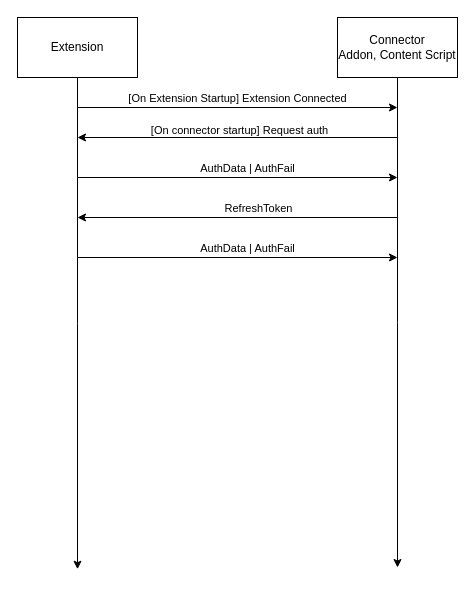
This is docs/messagebus_protocol.drawio from BinaryStudioAcademy/bsa-2021-slidez, a draw.io file, before an edit. Source tidied: cells renumbered, new cells numbered last; positions are measured from the earlier drawing's top-left corner, leaving out a move shared by most shapes. Both pictures are drawn from the tidied source at 100%, with x=0, y=0 at pixel (17, 17).
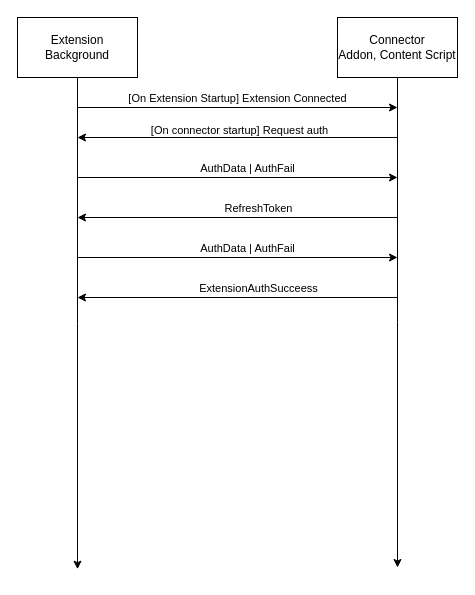
The same page after the edit.

The edit, as a diff of the source:
```diff
@@
-    <mxCell id="3" value="Extension" style="rounded=0;whiteSpace=wrap;html=1;" parent="1" vertex="1">
+    <mxCell id="3" value="Extension&lt;br&gt;Background" style="rounded=0;whiteSpace=wrap;html=1;" parent="1" vertex="1">
       <mxGeometry width="120" height="60" as="geometry" />
     </mxCell>
@@
+    <mxCell id="16" style="endArrow=classic;html=1;" parent="1" edge="1">
+      <mxGeometry relative="1" as="geometry">
+        <mxPoint x="380" y="280" as="sourcePoint" />
+        <mxPoint x="60" y="280" as="targetPoint" />
+      </mxGeometry>
+    </mxCell>
+    <mxCell id="17" value="ExtensionAuthSucceess" style="edgeLabel;html=1;align=center;verticalAlign=middle;" parent="16" vertex="1">
+      <mxGeometry x="0.06" relative="1" as="geometry">
+        <mxPoint x="30" y="-10" as="offset" />
+      </mxGeometry>
+    </mxCell>
```
